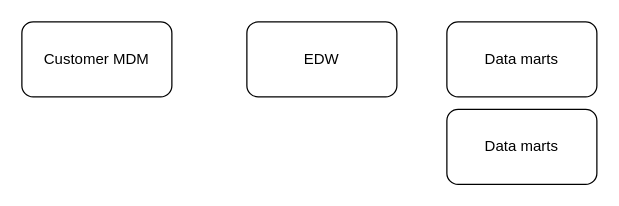
Earlier version of the draw.io diagram GDPR.drawio (kanchantewary/MindMaps). Source tidied: cells renumbered, new cells numbered last; positions are measured from the earlier drawing's top-left corner, leaving out a move shared by most shapes. Both pictures are drawn from the tidied source at 125%, with x=0, y=0 at pixel (21, 21).
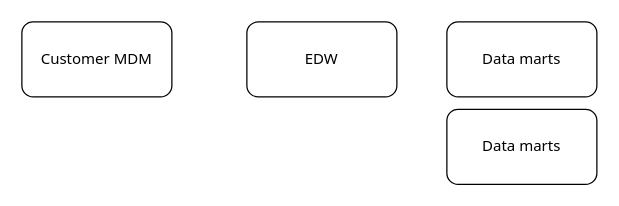
The same diagram, later.

The edit, as a diff of the source:
```diff
@@
 <mxGraphModel>
   <root>
     <mxCell id="0" />
     <mxCell id="1" parent="0" />
-    <mxCell id="2" value="Customer MDM" style="rounded=1;whiteSpace=wrap;html=1;" parent="1" vertex="1">
+    <mxCell id="2" value="Customer MDM" style="rounded=1;whiteSpace=wrap;html=1;fontFamily=Tahoma;" parent="1" vertex="1">
       <mxGeometry width="120" height="60" as="geometry" />
     </mxCell>
-    <mxCell id="3" value="EDW" style="rounded=1;whiteSpace=wrap;html=1;" parent="1" vertex="1">
+    <mxCell id="3" value="EDW" style="rounded=1;whiteSpace=wrap;html=1;fontFamily=Tahoma;" parent="1" vertex="1">
       <mxGeometry x="180" width="120" height="60" as="geometry" />
     </mxCell>
-    <mxCell id="4" value="Data marts" style="rounded=1;whiteSpace=wrap;html=1;" parent="1" vertex="1">
+    <mxCell id="4" value="Data marts" style="rounded=1;whiteSpace=wrap;html=1;fontFamily=Tahoma;" parent="1" vertex="1">
       <mxGeometry x="340" width="120" height="60" as="geometry" />
     </mxCell>
-    <mxCell id="5" value="Data marts" style="rounded=1;whiteSpace=wrap;html=1;" parent="1" vertex="1">
+    <mxCell id="5" value="Data marts" style="rounded=1;whiteSpace=wrap;html=1;fontFamily=Tahoma;" parent="1" vertex="1">
       <mxGeometry x="340" y="70" width="120" height="60" as="geometry" />
     </mxCell>
   </root>
 </mxGraphModel>
```
